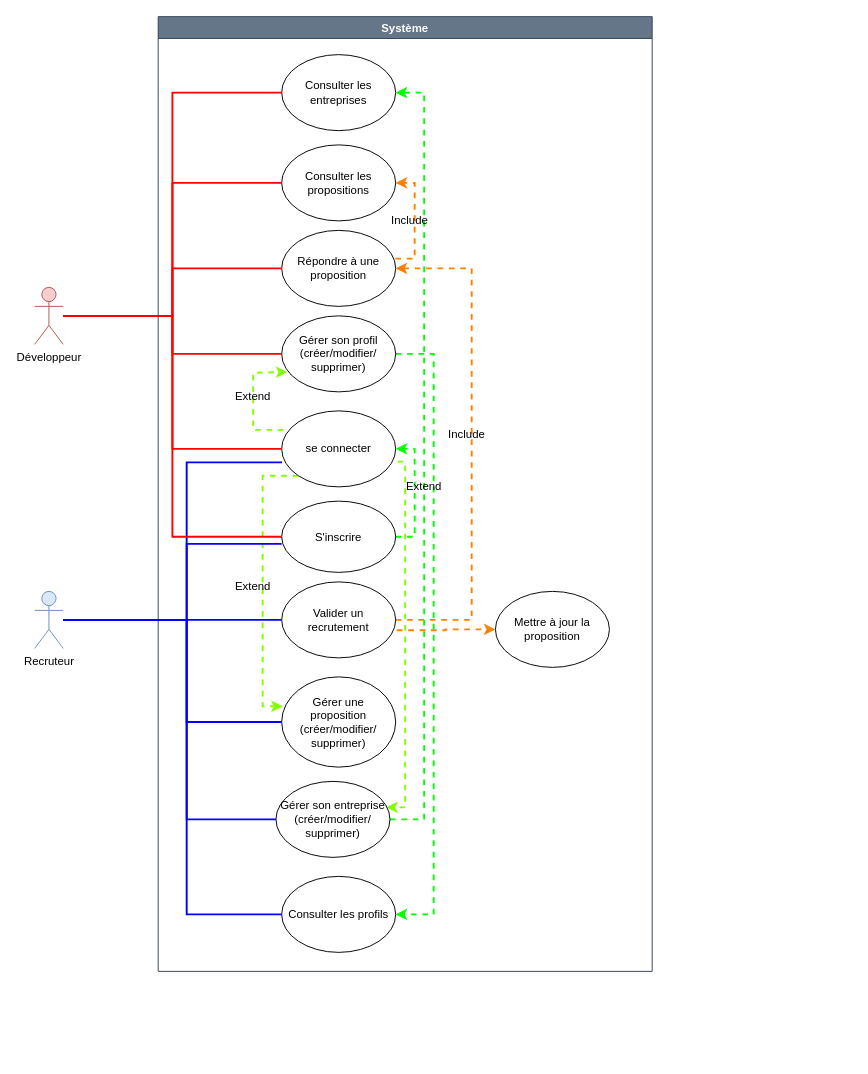
Earlier version of the draw.io diagram diagramme_use_case.drawio (Aurelie1416/books-key). Source tidied: cells renumbered, new cells numbered last; positions are measured from the earlier drawing's top-left corner, leaving out a move shared by most shapes. Both pictures are drawn from the tidied source at 95%, with x=0, y=0 at pixel (34, 16).
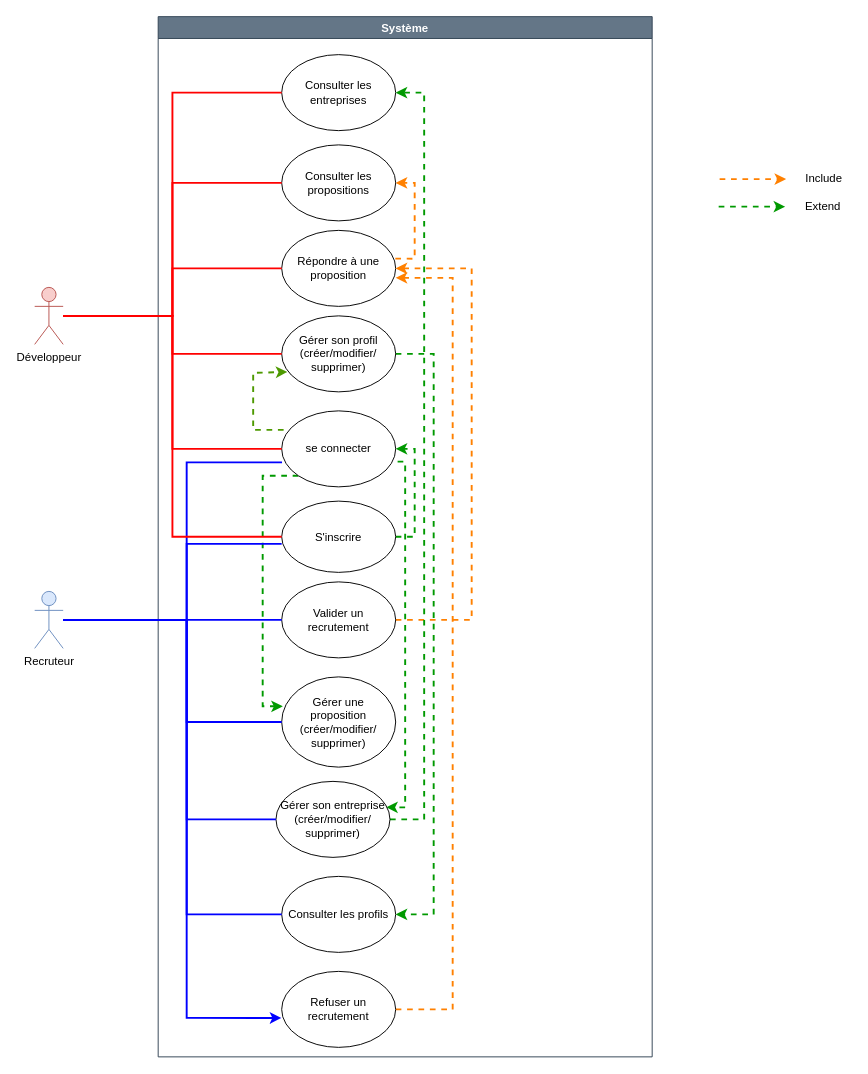
After the change.

Unchanged cells that the change refers to:
```xml
<mxCell id="3" value="Consulter les entreprises" style="ellipse;whiteSpace=wrap;html=1;" parent="2" vertex="1">
  <mxGeometry x="130" y="40" width="120" height="80" as="geometry" />
</mxCell>
<mxCell id="5" value="Répondre à une proposition" style="ellipse;whiteSpace=wrap;html=1;" parent="2" vertex="1">
  <mxGeometry x="130" y="225" width="120" height="80" as="geometry" />
</mxCell>
<mxCell id="7" value="Gérer une &lt;br&gt;proposition (créer/modifier/&lt;br&gt;supprimer)" style="ellipse;whiteSpace=wrap;html=1;" parent="2" vertex="1">
  <mxGeometry x="130" y="695" width="120" height="95" as="geometry" />
</mxCell>
<mxCell id="8" value="Consulter les profils" style="ellipse;whiteSpace=wrap;html=1;" parent="2" vertex="1">
  <mxGeometry x="130" y="905" width="120" height="80" as="geometry" />
</mxCell>
<mxCell id="10" value="se connecter" style="ellipse;whiteSpace=wrap;html=1;" parent="2" vertex="1">
  <mxGeometry x="130" y="415" width="120" height="80" as="geometry" />
</mxCell>
<mxCell id="12" value="S'inscrire" style="ellipse;whiteSpace=wrap;html=1;" parent="2" vertex="1">
  <mxGeometry x="130" y="510" width="120" height="75" as="geometry" />
</mxCell>
<mxCell id="15" value="Valider un recrutement" style="ellipse;whiteSpace=wrap;html=1;" parent="2" vertex="1">
  <mxGeometry x="130" y="595" width="120" height="80" as="geometry" />
</mxCell>
<mxCell id="17" value="Gérer son profil&lt;br&gt;(créer/modifier/&lt;br&gt;supprimer)" style="ellipse;whiteSpace=wrap;html=1;" parent="2" vertex="1">
  <mxGeometry x="130" y="315" width="120" height="80" as="geometry" />
</mxCell>
<mxCell id="20" value="Gérer son entreprise&lt;br&gt;(créer/modifier/&lt;br&gt;supprimer)" style="ellipse;whiteSpace=wrap;html=1;" parent="2" vertex="1">
  <mxGeometry x="124" y="805" width="120" height="80" as="geometry" />
</mxCell>
<mxCell id="34" value="Recruteur" style="shape=umlActor;verticalLabelPosition=bottom;verticalAlign=top;html=1;outlineConnect=0;fillColor=#dae8fc;strokeColor=#6c8ebf;" parent="1" vertex="1">
  <mxGeometry y="605" width="30" height="60" as="geometry" />
</mxCell>
```

Change to the diagram source:
```diff
@@
     <mxCell id="2" value="Système" style="swimlane;fillColor=#647687;fontColor=#ffffff;strokeColor=#314354;" parent="1" vertex="1">
-      <mxGeometry x="130" width="520" height="1005" as="geometry" />
+      <mxGeometry x="130" width="520" height="1095" as="geometry" />
     </mxCell>
@@
-    <mxCell id="6" style="edgeStyle=orthogonalEdgeStyle;rounded=0;jettySize=auto;html=1;entryX=0.01;entryY=0.326;entryDx=0;entryDy=0;dashed=1;startArrow=none;startFill=0;endArrow=classic;endFill=1;strokeColor=#80FF00;strokeWidth=2;exitX=0;exitY=1;exitDx=0;exitDy=0;entryPerimeter=0;" parent="2" edge="1" source="10" target="7">
+    <mxCell id="6" style="edgeStyle=orthogonalEdgeStyle;rounded=0;jettySize=auto;html=1;entryX=0.01;entryY=0.326;entryDx=0;entryDy=0;dashed=1;startArrow=none;startFill=0;endArrow=classic;endFill=1;strokeColor=#009900;strokeWidth=2;exitX=0;exitY=1;exitDx=0;exitDy=0;entryPerimeter=0;" parent="2" edge="1" source="10" target="7">
       <mxGeometry relative="1" as="geometry">
         <Array as="points">
           <mxPoint x="110" y="483" />
           <mxPoint x="110" y="726" />
         </Array>
       </mxGeometry>
     </mxCell>
@@
-    <mxCell id="9" style="edgeStyle=orthogonalEdgeStyle;rounded=0;jettySize=auto;html=1;entryX=0.05;entryY=0.737;entryDx=0;entryDy=0;entryPerimeter=0;dashed=1;startArrow=none;startFill=0;endArrow=classic;endFill=1;strokeColor=#80FF00;strokeWidth=2;exitX=0.017;exitY=0.25;exitDx=0;exitDy=0;exitPerimeter=0;" parent="2" edge="1" source="10" target="17">
+    <mxCell id="9" style="edgeStyle=orthogonalEdgeStyle;rounded=0;jettySize=auto;html=1;entryX=0.05;entryY=0.737;entryDx=0;entryDy=0;entryPerimeter=0;dashed=1;startArrow=none;startFill=0;endArrow=classic;endFill=1;strokeColor=#4D9900;strokeWidth=2;exitX=0.017;exitY=0.25;exitDx=0;exitDy=0;exitPerimeter=0;" parent="2" edge="1" source="10" target="17">
       <mxGeometry relative="1" as="geometry">
         <Array as="points">
           <mxPoint x="100" y="435" />
           <mxPoint x="100" y="375" />
         </Array>
       </mxGeometry>
     </mxCell>
@@
-    <mxCell id="11" style="edgeStyle=orthogonalEdgeStyle;rounded=0;jettySize=auto;html=1;entryX=1;entryY=0.5;entryDx=0;entryDy=0;endArrow=classic;endFill=1;strokeColor=#00FF00;strokeWidth=2;exitX=1;exitY=0.5;exitDx=0;exitDy=0;dashed=1;" parent="2" edge="1" source="12" target="10">
+    <mxCell id="11" style="edgeStyle=orthogonalEdgeStyle;rounded=0;jettySize=auto;html=1;entryX=1;entryY=0.5;entryDx=0;entryDy=0;endArrow=classic;endFill=1;strokeColor=#009900;strokeWidth=2;exitX=1;exitY=0.5;exitDx=0;exitDy=0;dashed=1;" parent="2" edge="1" source="12" target="10">
       <mxGeometry relative="1" as="geometry" />
     </mxCell>
@@
-    <mxCell id="14" style="edgeStyle=orthogonalEdgeStyle;rounded=0;jettySize=auto;html=1;entryX=0;entryY=0.5;entryDx=0;entryDy=0;dashed=1;startArrow=none;startFill=0;endArrow=classic;endFill=1;strokeColor=#FF8000;strokeWidth=2;exitX=1.01;exitY=0.637;exitDx=0;exitDy=0;exitPerimeter=0;" parent="2" edge="1" source="15" target="25">
-      <mxGeometry relative="1" as="geometry" />
-    </mxCell>
@@
-    <mxCell id="16" style="edgeStyle=orthogonalEdgeStyle;rounded=0;jettySize=auto;html=1;exitX=1;exitY=0.5;exitDx=0;exitDy=0;entryX=1;entryY=0.5;entryDx=0;entryDy=0;dashed=1;startArrow=none;startFill=0;endArrow=classic;endFill=1;strokeColor=#00FF00;strokeWidth=2;" parent="2" edge="1" source="17" target="8">
+    <mxCell id="16" style="edgeStyle=orthogonalEdgeStyle;rounded=0;jettySize=auto;html=1;exitX=1;exitY=0.5;exitDx=0;exitDy=0;entryX=1;entryY=0.5;entryDx=0;entryDy=0;dashed=1;startArrow=none;startFill=0;endArrow=classic;endFill=1;strokeColor=#009900;strokeWidth=2;" parent="2" edge="1" source="17" target="8">
       <mxGeometry relative="1" as="geometry">
         <Array as="points">
           <mxPoint x="290" y="355" />
           <mxPoint x="290" y="945" />
         </Array>
       </mxGeometry>
     </mxCell>
@@
-    <mxCell id="18" style="edgeStyle=orthogonalEdgeStyle;rounded=0;jettySize=auto;html=1;entryX=1;entryY=0.5;entryDx=0;entryDy=0;startArrow=none;startFill=0;endArrow=classic;endFill=1;strokeColor=#00FF00;strokeWidth=2;dashed=1;" parent="2" edge="1" source="20" target="3">
+    <mxCell id="18" style="edgeStyle=orthogonalEdgeStyle;rounded=0;jettySize=auto;html=1;entryX=1;entryY=0.5;entryDx=0;entryDy=0;startArrow=none;startFill=0;endArrow=classic;endFill=1;strokeColor=#009900;strokeWidth=2;dashed=1;" parent="2" edge="1" source="20" target="3">
       <mxGeometry relative="1" as="geometry">
         <Array as="points">
           <mxPoint x="280" y="845" />
           <mxPoint x="280" y="80" />
         </Array>
       </mxGeometry>
     </mxCell>
-    <mxCell id="19" style="edgeStyle=orthogonalEdgeStyle;rounded=0;jettySize=auto;html=1;entryX=0.967;entryY=0.342;entryDx=0;entryDy=0;entryPerimeter=0;dashed=1;startArrow=none;startFill=0;endArrow=classic;endFill=1;strokeColor=#80FF00;strokeWidth=2;exitX=1.017;exitY=0.668;exitDx=0;exitDy=0;exitPerimeter=0;" parent="2" edge="1" source="10" target="20">
+    <mxCell id="19" style="edgeStyle=orthogonalEdgeStyle;rounded=0;jettySize=auto;html=1;entryX=0.967;entryY=0.342;entryDx=0;entryDy=0;entryPerimeter=0;dashed=1;startArrow=none;startFill=0;endArrow=classic;endFill=1;strokeColor=#009900;strokeWidth=2;exitX=1.017;exitY=0.668;exitDx=0;exitDy=0;exitPerimeter=0;" parent="2" edge="1" source="10" target="20">
       <mxGeometry relative="1" as="geometry">
         <Array as="points">
           <mxPoint x="260" y="468" />
           <mxPoint x="260" y="832" />
         </Array>
       </mxGeometry>
     </mxCell>
@@
-    <mxCell id="22" value="Extend" style="text;html=1;strokeColor=none;fillColor=none;align=center;verticalAlign=middle;whiteSpace=wrap;rounded=0;" parent="2" vertex="1">
-      <mxGeometry x="250" y="480" width="60" height="30" as="geometry" />
-    </mxCell>
-    <mxCell id="23" value="Include" style="text;html=1;strokeColor=none;fillColor=none;align=center;verticalAlign=middle;whiteSpace=wrap;rounded=0;" parent="2" vertex="1">
-      <mxGeometry x="295" y="425" width="60" height="30" as="geometry" />
-    </mxCell>
-    <mxCell id="24" value="Include" style="text;html=1;strokeColor=none;fillColor=none;align=center;verticalAlign=middle;whiteSpace=wrap;rounded=0;" parent="2" vertex="1">
-      <mxGeometry x="235" y="200" width="60" height="30" as="geometry" />
-    </mxCell>
-    <mxCell id="25" value="Mettre à jour la proposition" style="ellipse;whiteSpace=wrap;html=1;" parent="2" vertex="1">
-      <mxGeometry x="355" y="605" width="120" height="80" as="geometry" />
-    </mxCell>
-    <mxCell id="26" value="Extend" style="text;html=1;strokeColor=none;fillColor=none;align=center;verticalAlign=middle;whiteSpace=wrap;rounded=0;" parent="2" vertex="1">
-      <mxGeometry x="70" y="585" width="60" height="30" as="geometry" />
-    </mxCell>
-    <mxCell id="27" value="Extend" style="text;html=1;strokeColor=none;fillColor=none;align=center;verticalAlign=middle;whiteSpace=wrap;rounded=0;" parent="2" vertex="1">
-      <mxGeometry x="70" y="385" width="60" height="30" as="geometry" />
-    </mxCell>
+    <mxCell id="42" style="edgeStyle=orthogonalEdgeStyle;rounded=0;jettySize=auto;html=1;entryX=1;entryY=0.625;entryDx=0;entryDy=0;entryPerimeter=0;strokeColor=#FF8000;strokeWidth=2;exitX=1;exitY=0.5;exitDx=0;exitDy=0;dashed=1;" parent="2" edge="1" source="43" target="5">
+      <mxGeometry relative="1" as="geometry">
+        <Array as="points">
+          <mxPoint x="310" y="1045" />
+          <mxPoint x="310" y="275" />
+        </Array>
+      </mxGeometry>
+    </mxCell>
+    <mxCell id="43" value="Refuser un recrutement" style="ellipse;whiteSpace=wrap;html=1;" parent="2" vertex="1">
+      <mxGeometry x="130" y="1005" width="120" height="80" as="geometry" />
+    </mxCell>
@@
+    <mxCell id="44" style="edgeStyle=orthogonalEdgeStyle;rounded=0;jettySize=auto;html=1;entryX=-0.003;entryY=0.613;entryDx=0;entryDy=0;entryPerimeter=0;strokeColor=#0000FF;strokeWidth=2;" parent="1" edge="1" source="34" target="43">
+      <mxGeometry relative="1" as="geometry">
+        <Array as="points">
+          <mxPoint x="160" y="635" />
+          <mxPoint x="160" y="1054" />
+        </Array>
+      </mxGeometry>
+    </mxCell>
@@
+    <mxCell id="45" style="endArrow=classic;html=1;rounded=0;strokeWidth=2;strokeColor=#FF8000;dashed=1;" parent="1" edge="1">
+      <mxGeometry relative="1" as="geometry">
+        <mxPoint x="721" y="171" as="sourcePoint" />
+        <mxPoint x="791" y="171" as="targetPoint" />
+      </mxGeometry>
+    </mxCell>
+    <mxCell id="46" value="Include" style="text;html=1;strokeColor=none;fillColor=none;align=center;verticalAlign=middle;whiteSpace=wrap;rounded=0;" parent="1" vertex="1">
+      <mxGeometry x="801" y="156" width="60" height="30" as="geometry" />
+    </mxCell>
+    <mxCell id="47" style="endArrow=classic;html=1;rounded=0;strokeWidth=2;strokeColor=#009900;dashed=1;" parent="1" edge="1">
+      <mxGeometry relative="1" as="geometry">
+        <mxPoint x="720" y="200" as="sourcePoint" />
+        <mxPoint x="790" y="200" as="targetPoint" />
+      </mxGeometry>
+    </mxCell>
+    <mxCell id="48" value="Extend" style="text;html=1;strokeColor=none;fillColor=none;align=center;verticalAlign=middle;whiteSpace=wrap;rounded=0;" parent="1" vertex="1">
+      <mxGeometry x="800" y="185" width="60" height="30" as="geometry" />
+    </mxCell>
```
